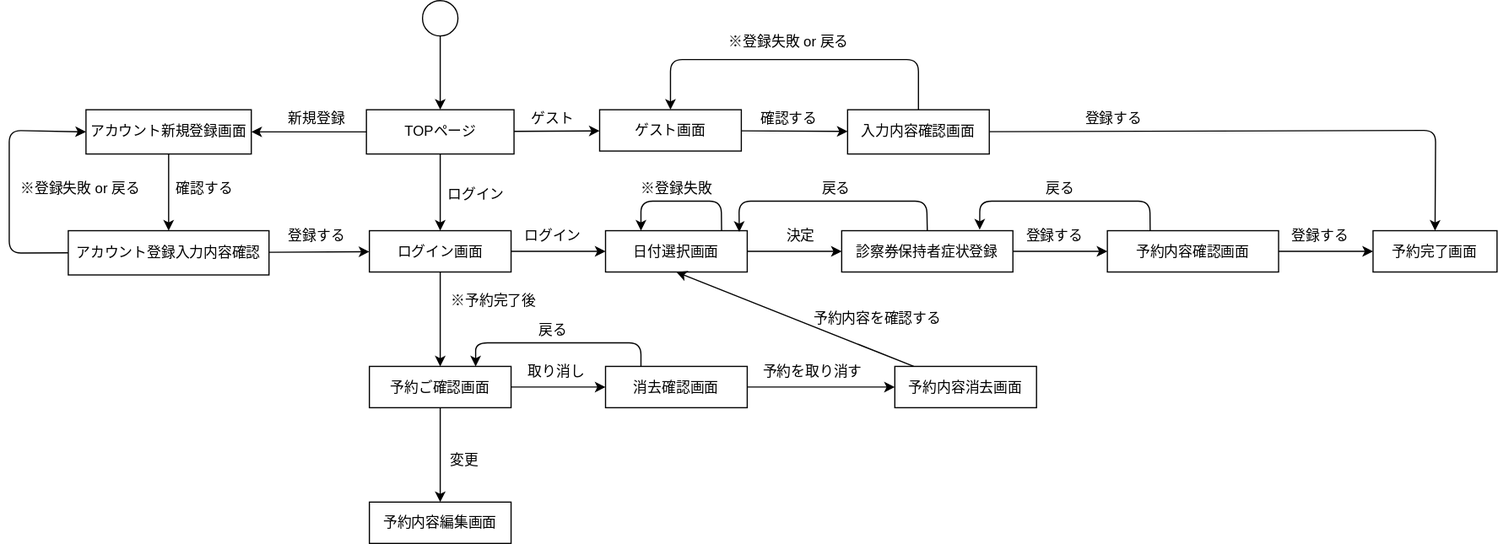
Before: pj.drawio.svg, a diagram exported from draw.io (sakamotoshuri/uml_introduction). Source tidied: cells renumbered, new cells last; positions are measured from the earlier drawing's top-left corner, leaving out a move shared by most shapes.
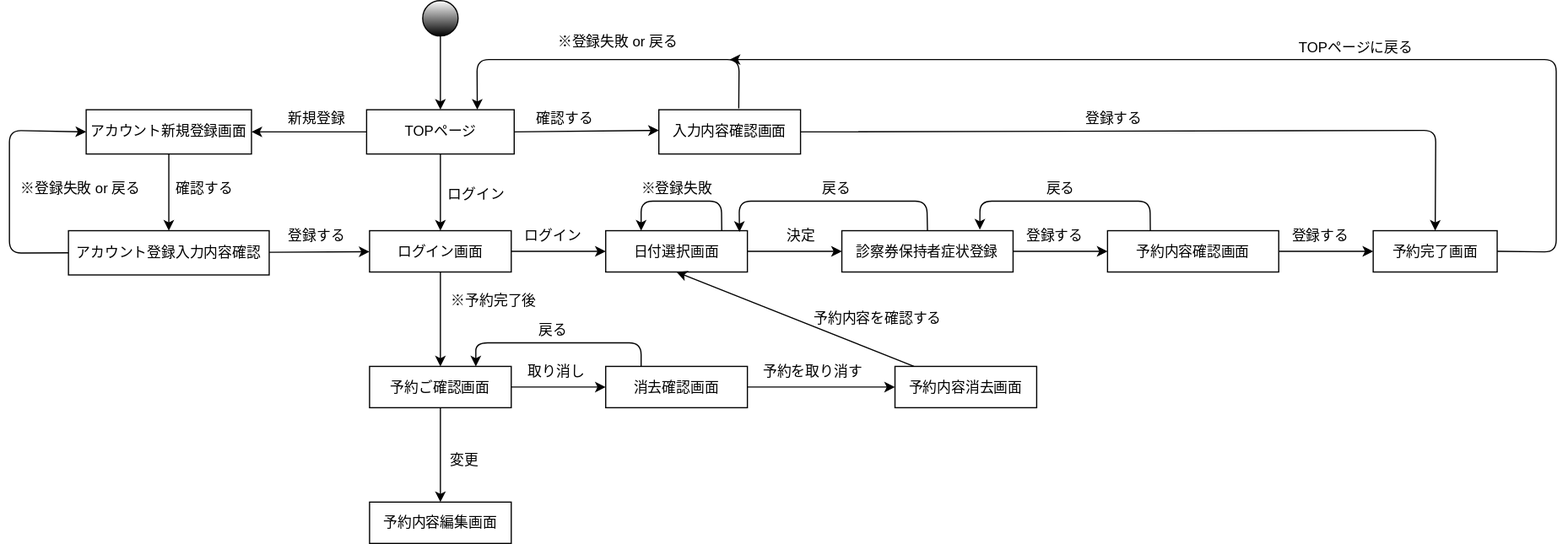
After the change.

Change to the diagram source:
```diff
@@ -5,12 +5,9 @@
     <mxCell id="2" style="edgeStyle=none;html=1;" parent="1" edge="1" source="3" target="7">
       <mxGeometry relative="1" as="geometry" />
     </mxCell>
-    <mxCell id="3" style="ellipse;whiteSpace=wrap;html=1;" parent="1" vertex="1">
+    <mxCell id="3" style="ellipse;whiteSpace=wrap;html=1;gradientColor=#000000;" parent="1" vertex="1">
       <mxGeometry x="350" width="30" height="30" as="geometry" />
     </mxCell>
-    <mxCell id="4" style="edgeStyle=none;html=1;" parent="1" edge="1" source="7" target="9">
-      <mxGeometry relative="1" as="geometry" />
-    </mxCell>
     <mxCell id="5" style="edgeStyle=none;html=1;" parent="1" edge="1" source="7" target="16">
       <mxGeometry relative="1" as="geometry" />
     </mxCell>
@@ -20,35 +17,31 @@
     <mxCell id="7" value="TOPページ" style="whiteSpace=wrap;html=1;" parent="1" vertex="1">
       <mxGeometry x="302.5" y="92.5" width="125" height="37.5" as="geometry" />
     </mxCell>
-    <mxCell id="8" style="edgeStyle=none;html=1;" parent="1" edge="1" source="9" target="12">
-      <mxGeometry relative="1" as="geometry" />
+    <mxCell id="8" style="edgeStyle=none;html=1;exitX=1;exitY=0.5;exitDx=0;exitDy=0;" parent="1" edge="1" source="7">
+      <mxGeometry relative="1" as="geometry">
+        <mxPoint x="550" y="110" as="targetPoint" />
+      </mxGeometry>
     </mxCell>
-    <mxCell id="9" value="ゲスト画面" style="whiteSpace=wrap;html=1;" parent="1" vertex="1">
-      <mxGeometry x="500" y="92.5" width="120" height="35" as="geometry" />
-    </mxCell>
-    <mxCell id="10" style="edgeStyle=none;html=1;entryX=0.5;entryY=0;entryDx=0;entryDy=0;" parent="1" edge="1" source="12" target="44">
+    <mxCell id="10" style="edgeStyle=none;html=1;entryX=0.5;entryY=0;entryDx=0;entryDy=0;startArrow=none;startFill=0;exitX=1;exitY=0.5;exitDx=0;exitDy=0;" parent="1" edge="1" source="12" target="44">
       <mxGeometry relative="1" as="geometry">
         <Array as="points">
           <mxPoint x="1208" y="110" />
         </Array>
       </mxGeometry>
     </mxCell>
-    <mxCell id="11" style="edgeStyle=none;html=1;entryX=0.5;entryY=0;entryDx=0;entryDy=0;" parent="1" edge="1" source="12" target="9">
+    <mxCell id="11" style="edgeStyle=none;html=1;entryX=0.75;entryY=0;entryDx=0;entryDy=0;exitX=0.564;exitY=-0.031;exitDx=0;exitDy=0;exitPerimeter=0;" parent="1" edge="1" source="12" target="7">
       <mxGeometry relative="1" as="geometry">
         <Array as="points">
-          <mxPoint x="770" y="50" />
-          <mxPoint x="560" y="50" />
+          <mxPoint x="618" y="50" />
+          <mxPoint x="396" y="50" />
         </Array>
       </mxGeometry>
     </mxCell>
     <mxCell id="12" value="入力内容確認画面" style="whiteSpace=wrap;html=1;" parent="1" vertex="1">
-      <mxGeometry x="710" y="92.5" width="120" height="37.5" as="geometry" />
+      <mxGeometry x="550" y="92.5" width="120" height="37.5" as="geometry" />
     </mxCell>
-    <mxCell id="13" value="ゲスト" style="text;html=1;align=center;verticalAlign=middle;strokeColor=none;fillColor=none;" parent="1" vertex="1">
-      <mxGeometry x="430" y="85" width="60" height="30" as="geometry" />
-    </mxCell>
     <mxCell id="14" value="確認する" style="text;html=1;align=center;verticalAlign=middle;strokeColor=none;fillColor=none;" parent="1" vertex="1">
-      <mxGeometry x="625" y="85" width="70" height="30" as="geometry" />
+      <mxGeometry x="435" y="85" width="70" height="30" as="geometry" />
     </mxCell>
     <mxCell id="15" style="edgeStyle=none;html=1;" parent="1" edge="1" source="16" target="30">
       <mxGeometry relative="1" as="geometry" />
@@ -157,6 +150,15 @@
     <mxCell id="43" value="予約内容確認画面" style="whiteSpace=wrap;html=1;" parent="1" vertex="1">
       <mxGeometry x="930" y="195" width="145" height="35" as="geometry" />
     </mxCell>
+    <mxCell id="62" style="edgeStyle=none;html=1;exitX=1;exitY=0.5;exitDx=0;exitDy=0;" parent="1" edge="1" source="44">
+      <mxGeometry relative="1" as="geometry">
+        <mxPoint x="610" y="50" as="targetPoint" />
+        <Array as="points">
+          <mxPoint x="1310" y="213" />
+          <mxPoint x="1310" y="50" />
+        </Array>
+      </mxGeometry>
+    </mxCell>
     <mxCell id="44" value="予約完了画面" style="whiteSpace=wrap;html=1;" parent="1" vertex="1">
       <mxGeometry x="1155" y="195" width="105" height="35" as="geometry" />
     </mxCell>
@@ -199,7 +201,7 @@
       <mxGeometry x="670" y="255" width="130" height="30" as="geometry" />
     </mxCell>
     <mxCell id="56" value="※登録失敗 or 戻る" style="text;html=1;align=center;verticalAlign=middle;strokeColor=none;fillColor=none;" parent="1" vertex="1">
-      <mxGeometry x="600" y="20" width="120" height="30" as="geometry" />
+      <mxGeometry x="455" y="20" width="120" height="30" as="geometry" />
     </mxCell>
     <mxCell id="57" value="※登録失敗 or 戻る" style="text;html=1;align=center;verticalAlign=middle;strokeColor=none;fillColor=none;" parent="1" vertex="1">
       <mxGeometry y="145" width="120" height="30" as="geometry" />
@@ -216,5 +218,8 @@
     <mxCell id="61" value="戻る" style="text;html=1;align=center;verticalAlign=middle;strokeColor=none;fillColor=none;" parent="1" vertex="1">
       <mxGeometry x="435" y="265" width="50" height="30" as="geometry" />
     </mxCell>
+    <mxCell id="63" value="TOPページに戻る" style="text;html=1;align=center;verticalAlign=middle;strokeColor=none;fillColor=none;" parent="1" vertex="1">
+      <mxGeometry x="1080" y="25" width="120" height="30" as="geometry" />
+    </mxCell>
   </root>
 </mxGraphModel>
```
